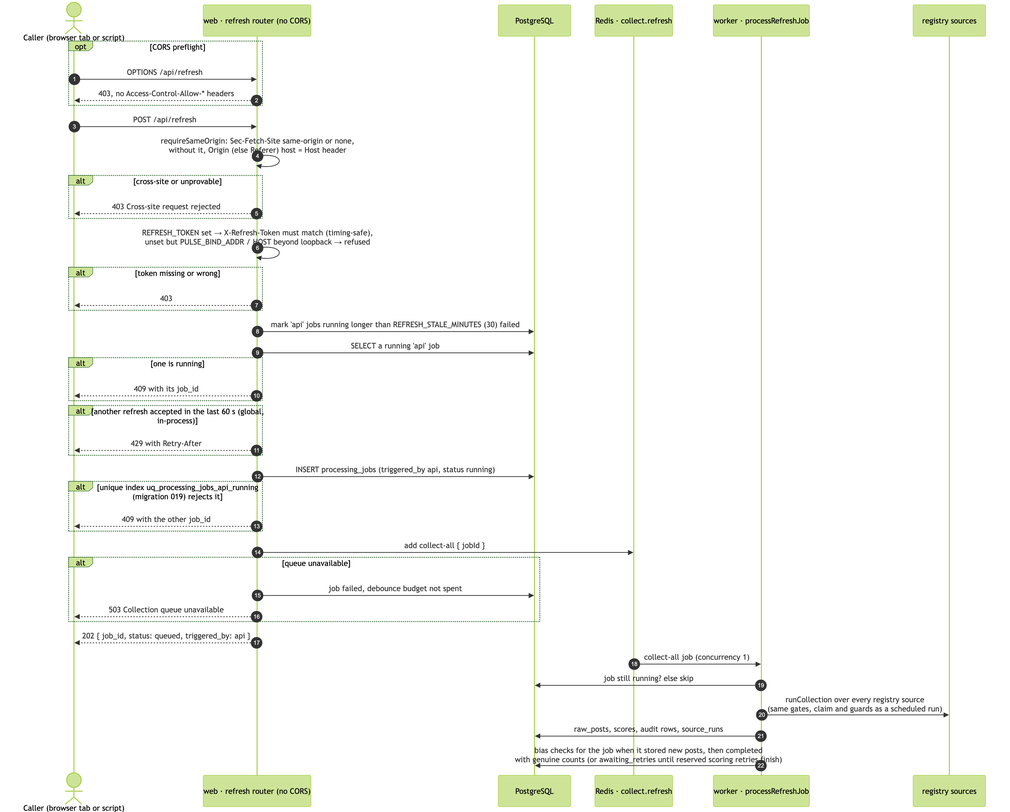
Above: docs/diagrams/sequences/refresh.png in jennifer-mckinney/pulse-of-ai (Mermaid), before the change. Its source is kept beside it as docs/diagrams/sequences/refresh.mmd.
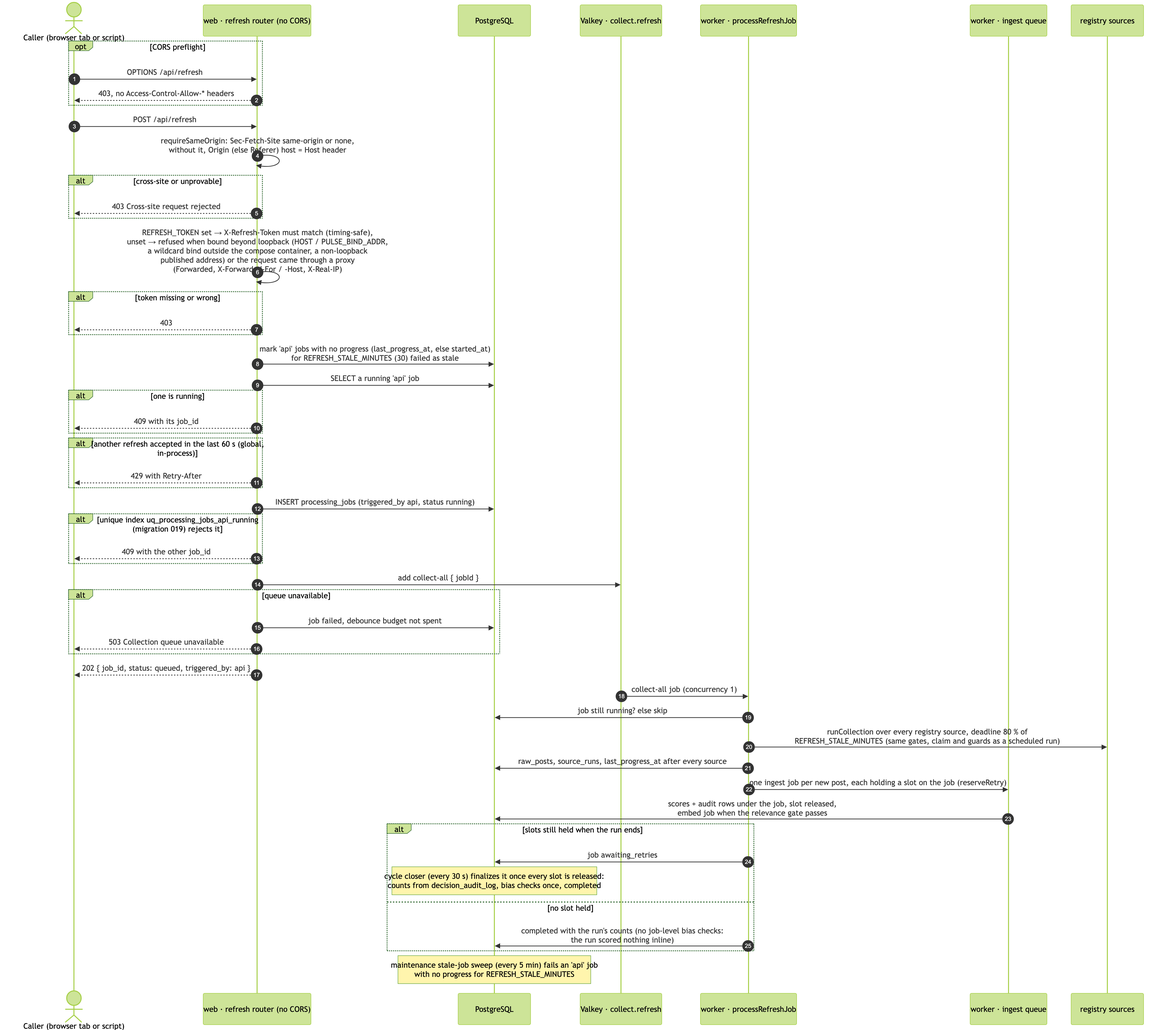
The same diagram one commit later.

Diff of the diagram source:
```diff
@@ -3,8 +3,9 @@
   actor Caller as Caller (browser tab or script)
   participant Web as web · refresh router (no CORS)
   participant DB as PostgreSQL
-  participant Q as Redis · collect.refresh
+  participant Q as Valkey · collect.refresh
   participant W as worker · processRefreshJob
+  participant I as worker · ingest queue
   participant Src as registry sources
 
   opt CORS preflight
@@ -16,11 +17,11 @@
   alt cross-site or unprovable
     Web-->>Caller: 403 Cross-site request rejected
   end
-  Web->>Web: REFRESH_TOKEN set → X-Refresh-Token must match (timing-safe),<br/>unset but PULSE_BIND_ADDR / HOST beyond loopback → refused
+  Web->>Web: REFRESH_TOKEN set → X-Refresh-Token must match (timing-safe),<br/>unset → refused when bound beyond loopback (HOST / PULSE_BIND_ADDR,<br/>a wildcard bind outside the compose container, a non-loopback<br/>published address) or the request came through a proxy<br/>(Forwarded, X-Forwarded-For / -Host, X-Real-IP)
   alt token missing or wrong
     Web-->>Caller: 403
   end
-  Web->>DB: mark 'api' jobs running longer than REFRESH_STALE_MINUTES (30) failed
+  Web->>DB: mark 'api' jobs with no progress (last_progress_at, else started_at)<br/>for REFRESH_STALE_MINUTES (30) failed as stale
   Web->>DB: SELECT a running 'api' job
   alt one is running
     Web-->>Caller: 409 with its job_id
@@ -41,6 +42,14 @@
 
   Q->>W: collect-all job (concurrency 1)
   W->>DB: job still running? else skip
-  W->>Src: runCollection over every registry source<br/>(same gates, claim and guards as a scheduled run)
-  W->>DB: raw_posts, scores, audit rows, source_runs
-  W->>DB: bias checks for the job when it stored new posts, then completed<br/>with genuine counts (or awaiting_retries until reserved scoring retries finish)
+  W->>Src: runCollection over every registry source, deadline 80 % of<br/>REFRESH_STALE_MINUTES (same gates, claim and guards as a scheduled run)
+  W->>DB: raw_posts, source_runs, last_progress_at after every source
+  W->>I: one ingest job per new post, each holding a slot on the job (reserveRetry)
+  I->>DB: scores + audit rows under the job, slot released,<br/>embed job when the relevance gate passes
+  alt slots still held when the run ends
+    W->>DB: job awaiting_retries
+    Note over DB: cycle closer (every 30 s) finalizes it once every slot is released:<br/>counts from decision_audit_log, bias checks once, completed
+  else no slot held
+    W->>DB: completed with the run's counts (no job-level bias checks:<br/>the run scored nothing inline)
+  end
+  Note over DB: maintenance stale-job sweep (every 5 min) fails an 'api' job<br/>with no progress for REFRESH_STALE_MINUTES
```
